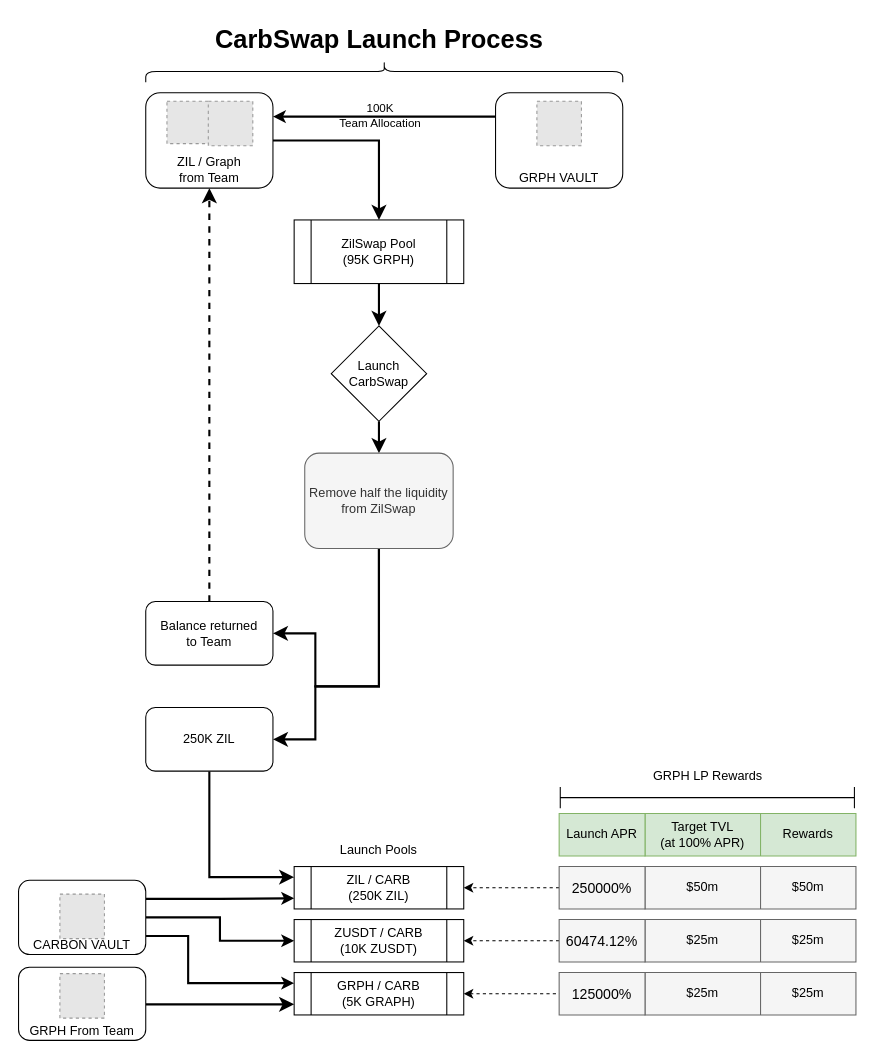
Above: carbswapflow.drawio in Carbon-Labs/Diagrams (draw.io), before the change. Source tidied: cells renumbered, new cells numbered last; positions are measured from the earlier drawing's top-left corner, leaving out a move shared by most shapes. Both pictures are drawn from the tidied source at 106%, with x=0, y=0 at pixel (18, -167). Pictures stored in the file or linked from it are replaced by grey dashed boxes.
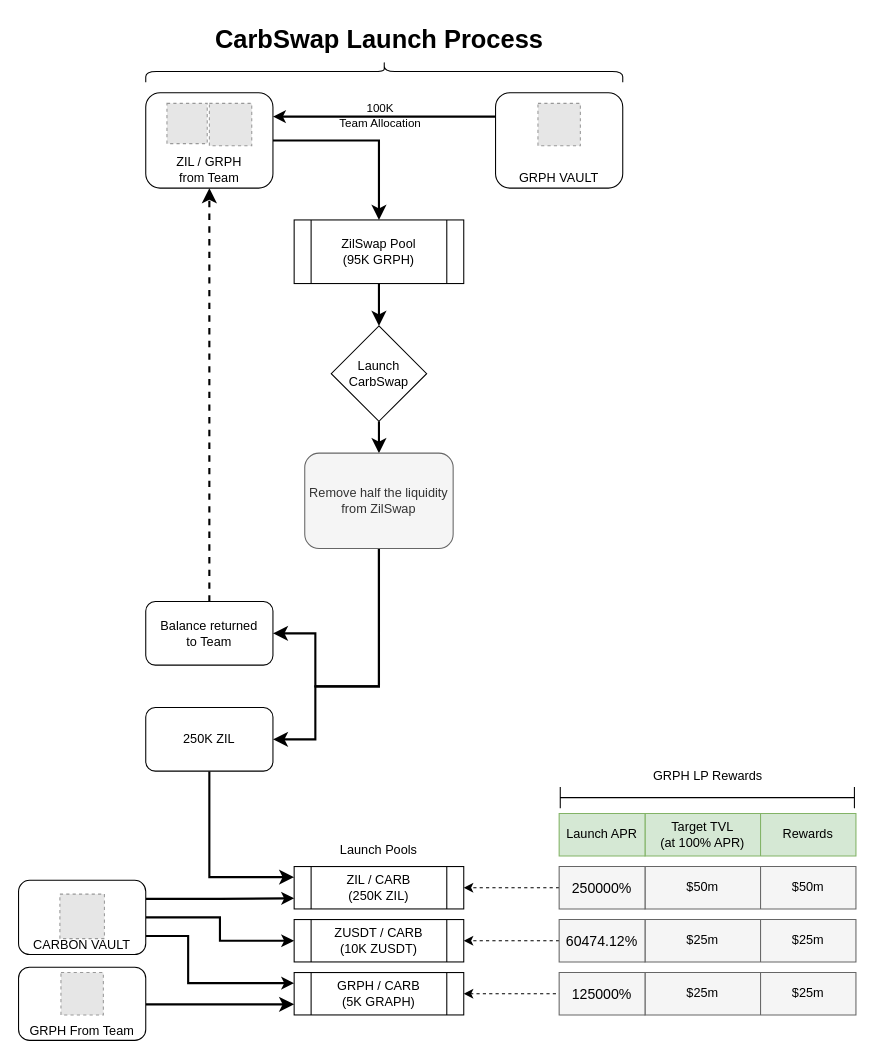
After the change.

What changed in the source:
```diff
@@
-    <mxCell id="6" value="ZIL / Graph &lt;br&gt;from Team" style="rounded=1;whiteSpace=wrap;html=1;fontSize=12;glass=0;strokeWidth=1;shadow=0;verticalAlign=bottom;" parent="1" vertex="1">
+    <mxCell id="6" value="ZIL / GRPH&lt;br&gt;from Team" style="rounded=1;whiteSpace=wrap;html=1;fontSize=12;glass=0;strokeWidth=1;shadow=0;verticalAlign=bottom;" parent="1" vertex="1">
       <mxGeometry x="120" y="245" width="120" height="90" as="geometry" />
     </mxCell>
@@
-    <mxCell id="9" style="fillColor=#E6E6E6;strokeColor=#999999;dashed=1;verticalLabelPosition=bottom;labelBackgroundColor=#ffffff;verticalAlign=top;" parent="1" vertex="1">
-      <mxGeometry x="489" y="253" width="42" height="42" as="geometry" />
-    </mxCell>
     <mxCell id="10" style="fillColor=#E6E6E6;strokeColor=#999999;dashed=1;verticalLabelPosition=bottom;labelBackgroundColor=#ffffff;verticalAlign=top;" parent="1" vertex="1">
-      <mxGeometry x="140" y="253" width="40" height="40" as="geometry" />
+      <mxGeometry x="140" y="255" width="38" height="38" as="geometry" />
     </mxCell>
@@
-    <mxCell id="31" style="fillColor=#E6E6E6;strokeColor=#999999;dashed=1;verticalLabelPosition=bottom;labelBackgroundColor=#ffffff;verticalAlign=top;" parent="1" vertex="1">
-      <mxGeometry x="39" y="1076" width="42" height="42" as="geometry" />
-    </mxCell>
@@
-    <mxCell id="71" style="fillColor=#E6E6E6;strokeColor=#999999;dashed=1;verticalLabelPosition=bottom;labelBackgroundColor=#ffffff;verticalAlign=top;" parent="1" vertex="1">
-      <mxGeometry x="179" y="253" width="42" height="42" as="geometry" />
-    </mxCell>
+    <mxCell id="72" style="fillColor=#E6E6E6;strokeColor=#999999;dashed=1;verticalLabelPosition=bottom;labelBackgroundColor=default;verticalAlign=top;" parent="1" vertex="1">
+      <mxGeometry x="180" y="255" width="40" height="40" as="geometry" />
+    </mxCell>
+    <mxCell id="73" style="fillColor=#E6E6E6;strokeColor=#999999;dashed=1;verticalLabelPosition=bottom;labelBackgroundColor=default;verticalAlign=top;" parent="1" vertex="1">
+      <mxGeometry x="490" y="255" width="40" height="40" as="geometry" />
+    </mxCell>
+    <mxCell id="74" style="fillColor=#E6E6E6;strokeColor=#999999;dashed=1;verticalLabelPosition=bottom;labelBackgroundColor=default;verticalAlign=top;" parent="1" vertex="1">
+      <mxGeometry x="40" y="1075" width="40" height="40" as="geometry" />
+    </mxCell>
```
